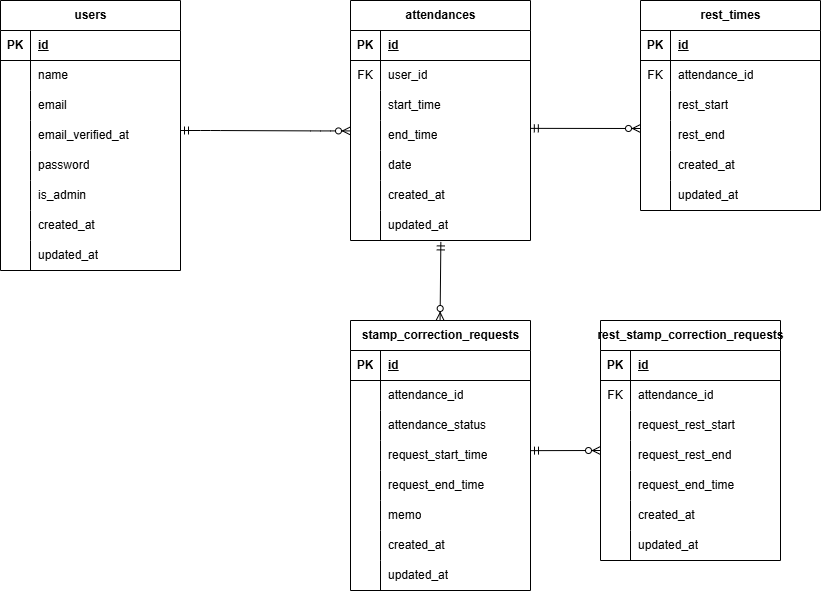
The draw.io diagram erd.drawio.png in Toriyamayoshihiro/test2, before a commit. Source tidied: cells renumbered, new cells last; positions are measured from the earlier drawing's top-left corner, leaving out a move shared by most shapes.
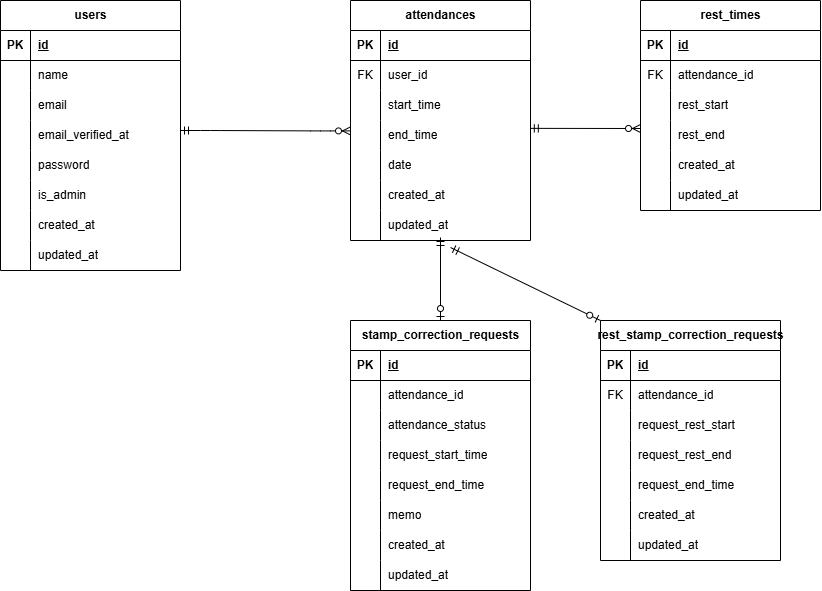
The same diagram one commit later.

Change to the diagram source:
```diff
@@ -350,21 +350,20 @@
         </Array>
       </mxGeometry>
     </mxCell>
-    <mxCell id="116" style="fontSize=12;html=1;endArrow=ERzeroToMany;startArrow=ERmandOne;exitX=0.502;exitY=1.047;exitDx=0;exitDy=0;exitPerimeter=0;" parent="1" edge="1" source="46">
-      <mxGeometry relative="1" as="geometry">
-        <mxPoint x="439.6" y="320" as="targetPoint" />
-      </mxGeometry>
-    </mxCell>
     <mxCell id="117" style="fontSize=12;html=1;endArrow=ERzeroToMany;startArrow=ERmandOne;exitX=0.999;exitY=0.262;exitDx=0;exitDy=0;exitPerimeter=0;" parent="1" edge="1" source="37">
       <mxGeometry relative="1" as="geometry">
         <mxPoint x="640" y="128" as="targetPoint" />
       </mxGeometry>
     </mxCell>
-    <mxCell id="118" style="fontSize=12;html=1;endArrow=ERzeroToMany;startArrow=ERmandOne;exitX=0.999;exitY=0.262;exitDx=0;exitDy=0;exitPerimeter=0;" parent="1" edge="1">
-      <mxGeometry relative="1" as="geometry">
-        <mxPoint x="530" y="450.1" as="sourcePoint" />
-        <mxPoint x="600" y="450" as="targetPoint" />
-      </mxGeometry>
-    </mxCell>
+    <mxCell id="119" style="fontSize=12;html=1;endArrow=ERzeroToOne;startArrow=ERmandOne;entryX=0.5;entryY=0;entryDx=0;entryDy=0;" parent="1" edge="1" target="49">
+      <mxGeometry relative="1" as="geometry">
+        <mxPoint x="440" y="237" as="sourcePoint" />
+      </mxGeometry>
+    </mxCell>
+    <mxCell id="120" style="fontSize=12;html=1;endArrow=ERzeroToOne;startArrow=ERmandOne;entryX=0;entryY=0;entryDx=0;entryDy=0;" parent="1" edge="1" target="93">
+      <mxGeometry relative="1" as="geometry">
+        <mxPoint x="450" y="247" as="sourcePoint" />
+      </mxGeometry>
+    </mxCell>
   </root>
 </mxGraphModel>
```
